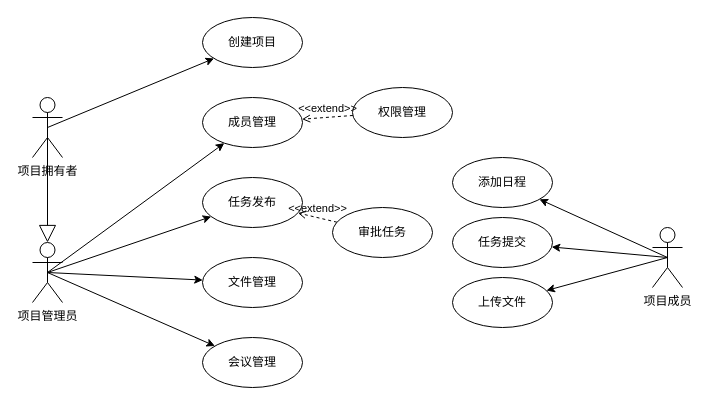
TongjiMicroservice/Documents keeps this draw.io diagram as usecase/项目管理子系统.drawio. Above is the earlier version. Source tidied: cells renumbered, new cells numbered last; positions are measured from the earlier drawing's top-left corner, leaving out a move shared by most shapes. Both pictures are drawn from the tidied source at 100%, with x=0, y=0 at pixel (32, 17).
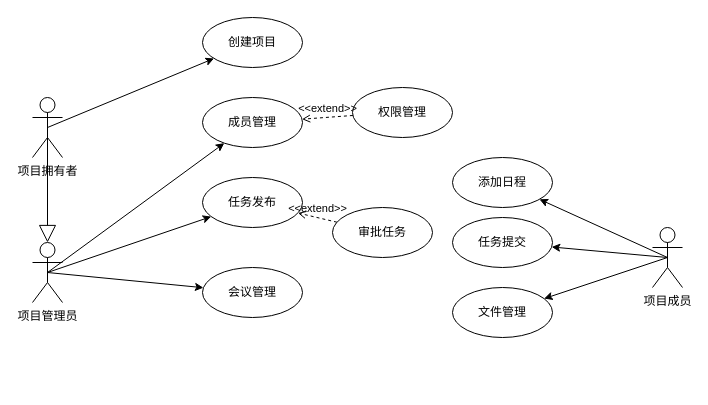
Above is the later version.

Commit message (it also covers changes not shown here):
修改用例图

The change refers to these unchanged cells:
```xml
<mxCell id="20" value="项目管理员" style="shape=umlActor;verticalLabelPosition=bottom;verticalAlign=top;html=1;outlineConnect=0;" parent="1" vertex="1">
  <mxGeometry y="225" width="30" height="60" as="geometry" />
</mxCell>
<mxCell id="24" value="项目成员" style="shape=umlActor;verticalLabelPosition=bottom;verticalAlign=top;html=1;outlineConnect=0;" parent="1" vertex="1">
  <mxGeometry x="620" y="210" width="30" height="60" as="geometry" />
</mxCell>
```

Diff of the diagram source:
```diff
@@
     <mxCell id="8" value="会议管理" style="ellipse;whiteSpace=wrap;html=1;" parent="1" vertex="1">
-      <mxGeometry x="170" y="320" width="100" height="50" as="geometry" />
+      <mxGeometry x="170" y="250" width="100" height="50" as="geometry" />
     </mxCell>
     <mxCell id="9" value="文件管理" style="ellipse;whiteSpace=wrap;html=1;" parent="1" vertex="1">
-      <mxGeometry x="170" y="240" width="100" height="50" as="geometry" />
+      <mxGeometry x="420" y="270" width="100" height="50" as="geometry" />
     </mxCell>
-    <mxCell id="10" value="上传文件" style="ellipse;whiteSpace=wrap;html=1;" parent="1" vertex="1">
-      <mxGeometry x="420" y="260" width="100" height="50" as="geometry" />
-    </mxCell>
@@
-    <mxCell id="18" style="edgeStyle=none;html=1;exitX=0.5;exitY=0.5;exitDx=0;exitDy=0;exitPerimeter=0;strokeWidth=1;endArrow=classic;endFill=1;endSize=6;" parent="1" edge="1" source="20" target="9">
-      <mxGeometry relative="1" as="geometry" />
-    </mxCell>
@@
-    <mxCell id="22" style="edgeStyle=none;html=1;exitX=0.5;exitY=0.5;exitDx=0;exitDy=0;exitPerimeter=0;" parent="1" edge="1" source="24" target="10">
-      <mxGeometry relative="1" as="geometry" />
-    </mxCell>
@@
+    <mxCell id="26" style="edgeStyle=none;html=1;exitX=0.5;exitY=0.5;exitDx=0;exitDy=0;exitPerimeter=0;" parent="1" edge="1" source="24" target="9">
+      <mxGeometry relative="1" as="geometry" />
+    </mxCell>
```
